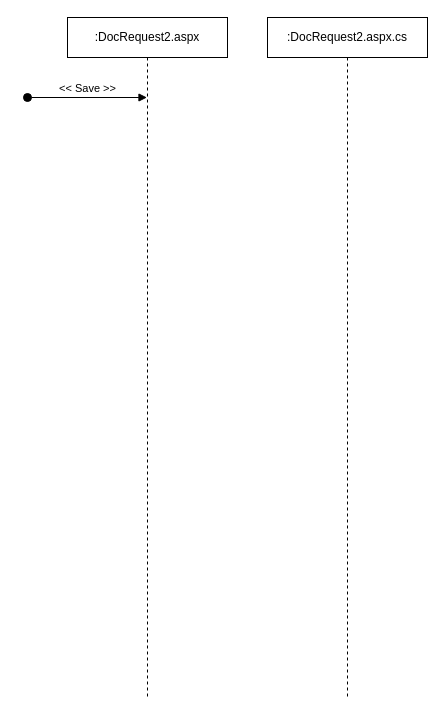
davyd0ff/so-line-grls keeps this draw.io diagram as portal/DocRequest2.aspx/DocRequest2.Save().drawio. Above is the earlier version. Source tidied: cells renumbered, new cells numbered last; positions are measured from the earlier drawing's top-left corner, leaving out a move shared by most shapes. Both pictures are drawn from the tidied source at 100%, with x=0, y=0 at pixel (27, 17).
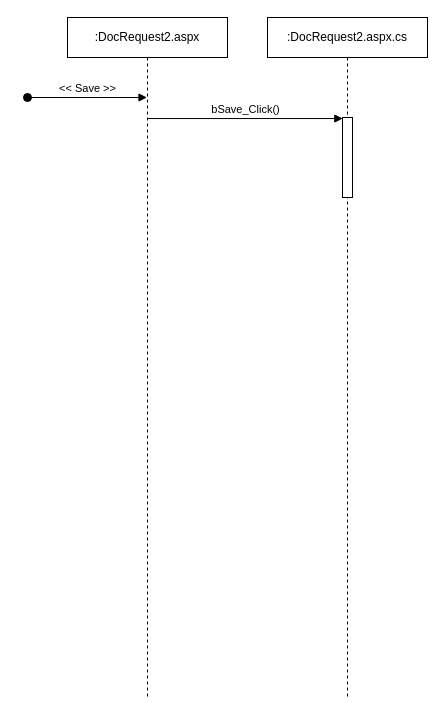
The same page after the edit.

What changed in the source:
```diff
@@
 <mxGraphModel>
   <root>
     <mxCell id="0" />
     <mxCell id="1" parent="0" />
     <mxCell id="2" value=":DocRequest2.aspx" style="shape=umlLifeline;perimeter=lifelinePerimeter;whiteSpace=wrap;html=1;outlineConnect=0;" parent="1" vertex="1">
       <mxGeometry x="40" width="160" height="680" as="geometry" />
     </mxCell>
     <mxCell id="3" value=":DocRequest2.aspx.cs" style="shape=umlLifeline;perimeter=lifelinePerimeter;whiteSpace=wrap;html=1;" parent="1" vertex="1">
       <mxGeometry x="240" width="160" height="680" as="geometry" />
     </mxCell>
+    <mxCell id="5" style="html=1;points=[];perimeter=orthogonalPerimeter;" parent="3" vertex="1">
+      <mxGeometry x="75" y="100" width="10" height="80" as="geometry" />
+    </mxCell>
     <mxCell id="4" value="&amp;lt;&amp;lt; Save &amp;gt;&amp;gt;" style="html=1;verticalAlign=bottom;startArrow=oval;startFill=1;endArrow=block;startSize=8;rounded=0;" parent="1" edge="1" target="2">
       <mxGeometry relative="1" as="geometry">
         <mxPoint y="80" as="sourcePoint" />
       </mxGeometry>
     </mxCell>
+    <mxCell id="6" value="bSave_Click()" style="html=1;verticalAlign=bottom;endArrow=block;rounded=0;entryX=0.032;entryY=0.013;entryDx=0;entryDy=0;entryPerimeter=0;" parent="1" edge="1" source="2" target="5">
+      <mxGeometry relative="1" as="geometry" />
+    </mxCell>
   </root>
 </mxGraphModel>
```
